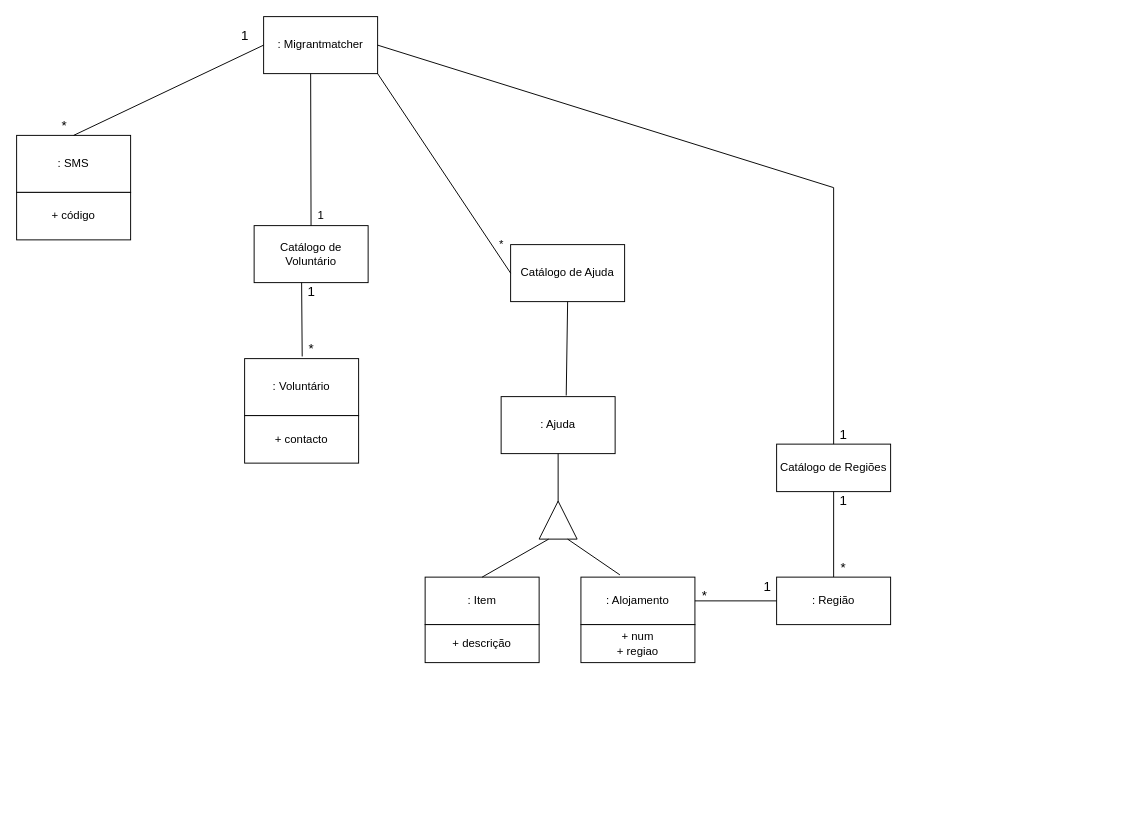
The draw.io diagram MMdiagramaDeClasses.drawio in RuiMartins05/DCO, before the edit. Source tidied: cells renumbered, new cells numbered last; positions are measured from the earlier drawing's top-left corner, leaving out a move shared by most shapes. Both pictures are drawn from the tidied source at 95%, with x=0, y=0 at pixel (16, 16).
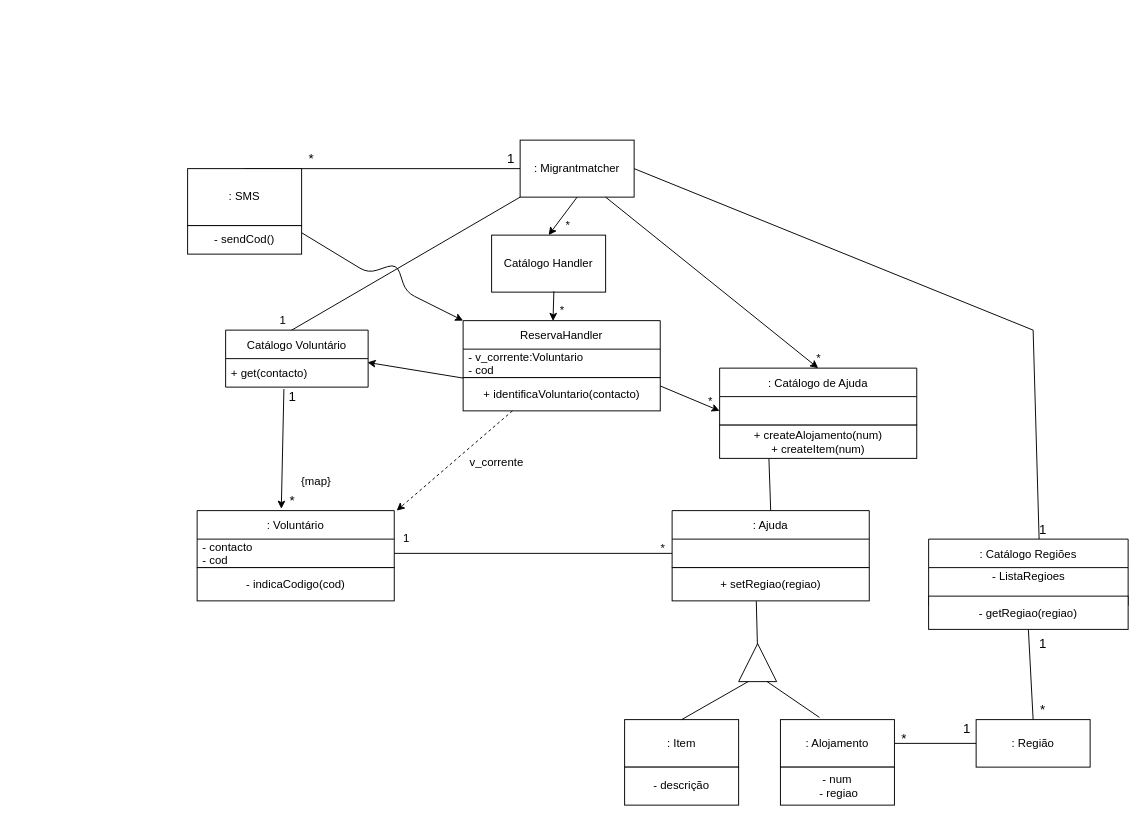
Above is the later version.

What changed in the source:
```diff
@@
     <mxCell id="2" value=": Migrantmatcher" style="whiteSpace=wrap;html=1;" parent="1" vertex="1">
-      <mxGeometry x="260" width="120" height="60" as="geometry" />
+      <mxGeometry x="530" y="130" width="120" height="60" as="geometry" />
     </mxCell>
-    <mxCell id="3" value="Catálogo de Voluntário" style="whiteSpace=wrap;html=1;" parent="1" vertex="1">
-      <mxGeometry x="250" y="220" width="120" height="60" as="geometry" />
-    </mxCell>
-    <mxCell id="4" style="endArrow=none;html=1;" parent="1" edge="1" source="3">
-      <mxGeometry relative="1" as="geometry">
-        <mxPoint x="309.5" y="60" as="targetPoint" />
-      </mxGeometry>
-    </mxCell>
-    <mxCell id="5" style="endArrow=none;html=1;exitX=0.422;exitY=-0.039;exitDx=0;exitDy=0;exitPerimeter=0;" parent="1" edge="1">
-      <mxGeometry relative="1" as="geometry">
-        <mxPoint x="300.6" y="357.7" as="sourcePoint" />
-        <mxPoint x="300" y="280" as="targetPoint" />
-      </mxGeometry>
-    </mxCell>
-    <mxCell id="6" value=": Voluntário" style="whiteSpace=wrap;html=1;" parent="1" vertex="1">
-      <mxGeometry x="240" y="360" width="120" height="60" as="geometry" />
-    </mxCell>
-    <mxCell id="7" value=": Ajuda" style="whiteSpace=wrap;html=1;" parent="1" vertex="1">
-      <mxGeometry x="510" y="400" width="120" height="60" as="geometry" />
-    </mxCell>
-    <mxCell id="8" value="+ contacto" style="whiteSpace=wrap;html=1;" parent="1" vertex="1">
-      <mxGeometry x="240" y="420" width="120" height="50" as="geometry" />
-    </mxCell>
-    <mxCell id="9" style="endArrow=none;html=1;entryX=0.5;entryY=1;entryDx=0;entryDy=0;" parent="1" edge="1" target="7">
-      <mxGeometry relative="1" as="geometry">
-        <mxPoint x="570" y="520" as="sourcePoint" />
-      </mxGeometry>
-    </mxCell>
-    <mxCell id="10" style="triangle;whiteSpace=wrap;html=1;rotation=-90;" parent="1" vertex="1">
-      <mxGeometry x="550" y="510" width="40" height="40" as="geometry" />
-    </mxCell>
+    <mxCell id="40" style="endArrow=none;html=1;entryX=0;entryY=1;entryDx=0;entryDy=0;exitX=0.453;exitY=0.016;exitDx=0;exitDy=0;exitPerimeter=0;" parent="1" edge="1" source="66" target="2">
+      <mxGeometry relative="1" as="geometry" />
+    </mxCell>
+    <mxCell id="41" style="endArrow=none;html=1;entryX=0.427;entryY=1.01;entryDx=0;entryDy=0;entryPerimeter=0;" parent="1" edge="1" target="87">
+      <mxGeometry relative="1" as="geometry">
+        <mxPoint x="780" y="670" as="sourcePoint" />
+      </mxGeometry>
+    </mxCell>
+    <mxCell id="42" style="triangle;whiteSpace=wrap;html=1;rotation=-90;" parent="1" vertex="1">
+      <mxGeometry x="760" y="660" width="40" height="40" as="geometry" />
+    </mxCell>
     <mxCell id="11" value=": Alojamento" style="whiteSpace=wrap;html=1;" parent="1" vertex="1">
-      <mxGeometry x="594" y="590" width="120" height="50" as="geometry" />
+      <mxGeometry x="804" y="740" width="120" height="50" as="geometry" />
     </mxCell>
     <mxCell id="12" value=": Item" style="whiteSpace=wrap;html=1;" parent="1" vertex="1">
-      <mxGeometry x="430" y="590" width="120" height="50" as="geometry" />
+      <mxGeometry x="640" y="740" width="120" height="50" as="geometry" />
     </mxCell>
-    <mxCell id="13" style="endArrow=none;html=1;entryX=0;entryY=0.25;entryDx=0;entryDy=0;exitX=0.5;exitY=0;exitDx=0;exitDy=0;" parent="1" edge="1" source="12" target="10">
-      <mxGeometry relative="1" as="geometry" />
-    </mxCell>
-    <mxCell id="14" style="endArrow=none;html=1;entryX=0;entryY=0.75;entryDx=0;entryDy=0;exitX=0.342;exitY=-0.047;exitDx=0;exitDy=0;exitPerimeter=0;" parent="1" edge="1" source="11" target="10">
-      <mxGeometry relative="1" as="geometry" />
-    </mxCell>
-    <mxCell id="15" value="+ descrição" style="whiteSpace=wrap;html=1;" parent="1" vertex="1">
-      <mxGeometry x="430" y="640" width="120" height="40" as="geometry" />
-    </mxCell>
-    <mxCell id="16" value="Catálogo de Regiões" style="rounded=0;whiteSpace=wrap;html=1;" parent="1" vertex="1">
-      <mxGeometry x="800" y="450" width="120" height="50" as="geometry" />
-    </mxCell>
-    <mxCell id="17" style="endArrow=none;html=1;entryX=0.5;entryY=1;entryDx=0;entryDy=0;exitX=0.5;exitY=0;exitDx=0;exitDy=0;" parent="1" edge="1" source="18" target="16">
-      <mxGeometry relative="1" as="geometry" />
-    </mxCell>
+    <mxCell id="43" style="endArrow=none;html=1;entryX=0;entryY=0.25;entryDx=0;entryDy=0;exitX=0.5;exitY=0;exitDx=0;exitDy=0;" parent="1" edge="1" source="12" target="42">
+      <mxGeometry relative="1" as="geometry" />
+    </mxCell>
+    <mxCell id="44" style="endArrow=none;html=1;entryX=0;entryY=0.75;entryDx=0;entryDy=0;exitX=0.342;exitY=-0.047;exitDx=0;exitDy=0;exitPerimeter=0;" parent="1" edge="1" source="11" target="42">
+      <mxGeometry relative="1" as="geometry" />
+    </mxCell>
+    <mxCell id="45" value="- descrição" style="whiteSpace=wrap;html=1;" parent="1" vertex="1">
+      <mxGeometry x="640" y="790" width="120" height="40" as="geometry" />
+    </mxCell>
+    <mxCell id="46" style="endArrow=none;html=1;entryX=0.5;entryY=1;entryDx=0;entryDy=0;exitX=0.5;exitY=0;exitDx=0;exitDy=0;" parent="1" edge="1" source="18" target="92">
+      <mxGeometry relative="1" as="geometry" />
+    </mxCell>
     <mxCell id="18" value=": Região" style="rounded=0;whiteSpace=wrap;html=1;" parent="1" vertex="1">
-      <mxGeometry x="800" y="590" width="120" height="50" as="geometry" />
+      <mxGeometry x="1010" y="740" width="120" height="50" as="geometry" />
     </mxCell>
-    <mxCell id="19" style="endArrow=none;html=1;exitX=1;exitY=0.5;exitDx=0;exitDy=0;" parent="1" edge="1" source="11">
-      <mxGeometry relative="1" as="geometry">
-        <mxPoint x="800" y="615" as="targetPoint" />
-      </mxGeometry>
-    </mxCell>
-    <mxCell id="20" style="endArrow=none;html=1;entryX=1;entryY=0.5;entryDx=0;entryDy=0;" parent="1" edge="1" target="2">
-      <mxGeometry relative="1" as="geometry">
-        <mxPoint x="860" y="180" as="sourcePoint" />
-      </mxGeometry>
-    </mxCell>
-    <mxCell id="21" style="endArrow=none;html=1;exitX=0.5;exitY=0;exitDx=0;exitDy=0;" parent="1" edge="1" source="16">
-      <mxGeometry relative="1" as="geometry">
-        <mxPoint x="860" y="180" as="targetPoint" />
-      </mxGeometry>
-    </mxCell>
-    <mxCell id="22" value="+ num&lt;br&gt;+ regiao" style="whiteSpace=wrap;html=1;" parent="1" vertex="1">
-      <mxGeometry x="594" y="640" width="120" height="40" as="geometry" />
-    </mxCell>
-    <mxCell id="23" value=": SMS" style="rounded=0;whiteSpace=wrap;html=1;" parent="1" vertex="1">
-      <mxGeometry y="125" width="120" height="60" as="geometry" />
-    </mxCell>
+    <mxCell id="47" style="endArrow=none;html=1;exitX=1;exitY=0.5;exitDx=0;exitDy=0;" parent="1" edge="1" source="11">
+      <mxGeometry relative="1" as="geometry">
+        <mxPoint x="1010" y="765" as="targetPoint" />
+      </mxGeometry>
+    </mxCell>
+    <mxCell id="48" style="endArrow=none;html=1;entryX=1;entryY=0.5;entryDx=0;entryDy=0;" parent="1" edge="1" target="2">
+      <mxGeometry relative="1" as="geometry">
+        <mxPoint x="1070" y="330" as="sourcePoint" />
+      </mxGeometry>
+    </mxCell>
+    <mxCell id="49" style="endArrow=none;html=1;exitX=0.554;exitY=0.013;exitDx=0;exitDy=0;exitPerimeter=0;" parent="1" edge="1" source="89">
+      <mxGeometry relative="1" as="geometry">
+        <mxPoint x="1070" y="330" as="targetPoint" />
+      </mxGeometry>
+    </mxCell>
+    <mxCell id="50" value="- num&lt;br&gt;&amp;nbsp;- regiao" style="whiteSpace=wrap;html=1;" parent="1" vertex="1">
+      <mxGeometry x="804" y="790" width="120" height="40" as="geometry" />
+    </mxCell>
@@
-    <mxCell id="25" value="+ código" style="whiteSpace=wrap;html=1;" parent="1" vertex="1">
-      <mxGeometry y="185" width="120" height="50" as="geometry" />
-    </mxCell>
     <mxCell id="26" value="1&lt;br&gt;" style="text;html=1;align=center;verticalAlign=middle;strokeColor=none;fillColor=none;" parent="1" vertex="1">
-      <mxGeometry x="310" y="200" width="20" height="20" as="geometry" />
+      <mxGeometry x="270" y="310" width="20" height="20" as="geometry" />
     </mxCell>
     <mxCell id="27" value="&lt;font style=&quot;font-size: 14px&quot;&gt;*&lt;/font&gt;" style="text;html=1;align=center;verticalAlign=middle;strokeColor=none;fillColor=none;" parent="1" vertex="1">
-      <mxGeometry x="300" y="340" width="20" height="20" as="geometry" />
+      <mxGeometry x="280" y="500" width="20" height="20" as="geometry" />
     </mxCell>
-    <mxCell id="28" value="1" style="text;html=1;align=center;verticalAlign=middle;strokeColor=none;fillColor=none;fontSize=14;" parent="1" vertex="1">
-      <mxGeometry x="860" y="430" width="20" height="20" as="geometry" />
-    </mxCell>
-    <mxCell id="29" value="*" style="text;html=1;align=center;verticalAlign=middle;strokeColor=none;fillColor=none;fontSize=14;" parent="1" vertex="1">
-      <mxGeometry x="860" y="570" width="20" height="20" as="geometry" />
-    </mxCell>
-    <mxCell id="30" value="1" style="text;html=1;align=center;verticalAlign=middle;strokeColor=none;fillColor=none;fontSize=14;" parent="1" vertex="1">
-      <mxGeometry x="780" y="590" width="20" height="20" as="geometry" />
-    </mxCell>
-    <mxCell id="31" value="*" style="text;html=1;align=center;verticalAlign=middle;strokeColor=none;fillColor=none;fontSize=14;" parent="1" vertex="1">
-      <mxGeometry x="714" y="600" width="20" height="20" as="geometry" />
-    </mxCell>
-    <mxCell id="32" value="1" style="text;html=1;align=center;verticalAlign=middle;strokeColor=none;fillColor=none;fontSize=14;" parent="1" vertex="1">
-      <mxGeometry x="860" y="500" width="20" height="20" as="geometry" />
-    </mxCell>
-    <mxCell id="33" value="1" style="text;html=1;align=center;verticalAlign=middle;strokeColor=none;fillColor=none;fontSize=14;" parent="1" vertex="1">
-      <mxGeometry x="230" y="10" width="20" height="20" as="geometry" />
-    </mxCell>
-    <mxCell id="34" value="*" style="text;html=1;align=center;verticalAlign=middle;strokeColor=none;fillColor=none;fontSize=14;" parent="1" vertex="1">
-      <mxGeometry x="40" y="105" width="20" height="20" as="geometry" />
-    </mxCell>
-    <mxCell id="35" value="1" style="text;html=1;align=center;verticalAlign=middle;strokeColor=none;fillColor=none;fontSize=14;" parent="1" vertex="1">
-      <mxGeometry x="300" y="280" width="20" height="20" as="geometry" />
-    </mxCell>
-    <mxCell id="36" value="Catálogo de Ajuda" style="rounded=0;whiteSpace=wrap;html=1;" parent="1" vertex="1">
-      <mxGeometry x="520" y="240" width="120" height="60" as="geometry" />
-    </mxCell>
-    <mxCell id="37" style="endArrow=none;html=1;entryX=0.5;entryY=1;entryDx=0;entryDy=0;exitX=0.571;exitY=-0.02;exitDx=0;exitDy=0;exitPerimeter=0;" parent="1" edge="1" source="7" target="36">
-      <mxGeometry relative="1" as="geometry" />
-    </mxCell>
-    <mxCell id="38" value="*" style="text;html=1;align=center;verticalAlign=middle;strokeColor=none;fillColor=none;" parent="1" vertex="1">
-      <mxGeometry x="500" y="230" width="20" height="20" as="geometry" />
-    </mxCell>
-    <mxCell id="39" style="endArrow=none;html=1;entryX=0;entryY=0.5;entryDx=0;entryDy=0;exitX=1;exitY=1;exitDx=0;exitDy=0;" parent="1" edge="1" source="2" target="36">
-      <mxGeometry relative="1" as="geometry" />
-    </mxCell>
+    <mxCell id="51" value="1" style="text;html=1;align=center;verticalAlign=middle;strokeColor=none;fillColor=none;fontSize=14;" parent="1" vertex="1">
+      <mxGeometry x="1070" y="530" width="20" height="20" as="geometry" />
+    </mxCell>
+    <mxCell id="52" value="*" style="text;html=1;align=center;verticalAlign=middle;strokeColor=none;fillColor=none;fontSize=14;" parent="1" vertex="1">
+      <mxGeometry x="1070" y="720" width="20" height="20" as="geometry" />
+    </mxCell>
+    <mxCell id="53" value="1" style="text;html=1;align=center;verticalAlign=middle;strokeColor=none;fillColor=none;fontSize=14;" parent="1" vertex="1">
+      <mxGeometry x="990" y="740" width="20" height="20" as="geometry" />
+    </mxCell>
+    <mxCell id="54" value="*" style="text;html=1;align=center;verticalAlign=middle;strokeColor=none;fillColor=none;fontSize=14;" parent="1" vertex="1">
+      <mxGeometry x="924" y="750" width="20" height="20" as="geometry" />
+    </mxCell>
+    <mxCell id="55" value="1" style="text;html=1;align=center;verticalAlign=middle;strokeColor=none;fillColor=none;fontSize=14;" parent="1" vertex="1">
+      <mxGeometry x="1070" y="650" width="20" height="20" as="geometry" />
+    </mxCell>
+    <mxCell id="56" value="1" style="text;html=1;align=center;verticalAlign=middle;strokeColor=none;fillColor=none;fontSize=14;" parent="1" vertex="1">
+      <mxGeometry x="510" y="140" width="20" height="20" as="geometry" />
+    </mxCell>
+    <mxCell id="57" value="*" style="text;html=1;align=center;verticalAlign=middle;strokeColor=none;fillColor=none;fontSize=14;" parent="1" vertex="1">
+      <mxGeometry x="300" y="140" width="20" height="20" as="geometry" />
+    </mxCell>
+    <mxCell id="58" value="1" style="text;html=1;align=center;verticalAlign=middle;strokeColor=none;fillColor=none;fontSize=14;" parent="1" vertex="1">
+      <mxGeometry x="280" y="390" width="20" height="20" as="geometry" />
+    </mxCell>
+    <mxCell id="59" style="endArrow=none;html=1;entryX=0.25;entryY=1;entryDx=0;entryDy=0;exitX=0.5;exitY=0;exitDx=0;exitDy=0;" parent="1" edge="1" source="7" target="83">
+      <mxGeometry relative="1" as="geometry" />
+    </mxCell>
+    <mxCell id="60" value="*" style="text;html=1;align=center;verticalAlign=middle;strokeColor=none;fillColor=none;" parent="1" vertex="1">
+      <mxGeometry x="833.8" y="350" width="20" height="20" as="geometry" />
+    </mxCell>
+    <mxCell id="61" value="Catálogo Handler" style="whiteSpace=wrap;html=1;" parent="1" vertex="1">
+      <mxGeometry x="500" y="230" width="120" height="60" as="geometry" />
+    </mxCell>
+    <mxCell id="62" value="*" style="text;html=1;align=center;verticalAlign=middle;strokeColor=none;fillColor=none;" parent="1" vertex="1">
+      <mxGeometry x="570" y="210" width="20" height="20" as="geometry" />
+    </mxCell>
+    <mxCell id="63" style="endArrow=classic;html=1;exitX=0.5;exitY=1;exitDx=0;exitDy=0;entryX=0.5;entryY=0;entryDx=0;entryDy=0;" parent="1" edge="1" source="2" target="61">
+      <mxGeometry relative="1" as="geometry" />
+    </mxCell>
+    <mxCell id="64" style="endArrow=classic;html=1;exitX=0.546;exitY=0.987;exitDx=0;exitDy=0;exitPerimeter=0;entryX=0.456;entryY=0.006;entryDx=0;entryDy=0;entryPerimeter=0;" parent="1" edge="1" source="61" target="70">
+      <mxGeometry relative="1" as="geometry" />
+    </mxCell>
+    <mxCell id="65" value="*" style="text;html=1;align=center;verticalAlign=middle;strokeColor=none;fillColor=none;" parent="1" vertex="1">
+      <mxGeometry x="563.8" y="300" width="20" height="20" as="geometry" />
+    </mxCell>
+    <mxCell id="66" value="Catálogo Voluntário" style="swimlane;fontStyle=0;horizontal=1;startSize=30;" parent="1" vertex="1">
+      <mxGeometry x="220" y="330" width="150" height="60" as="geometry" />
+    </mxCell>
+    <mxCell id="67" value="+ get(contacto)" style="text;strokeColor=none;fillColor=none;align=left;verticalAlign=middle;spacingLeft=4;spacingRight=4;overflow=hidden;points=[[0,0.5],[1,0.5]];portConstraint=eastwest;" parent="66" vertex="1">
+      <mxGeometry y="30" width="150" height="30" as="geometry" />
+    </mxCell>
+    <mxCell id="68" value="{map}" style="text;html=1;align=center;verticalAlign=middle;strokeColor=none;fillColor=none;" parent="1" vertex="1">
+      <mxGeometry x="290" y="480" width="50" height="20" as="geometry" />
+    </mxCell>
+    <mxCell id="69" style="group;" parent="1" vertex="1">
+      <mxGeometry x="470" y="320" width="207.5" height="95" as="geometry" />
+    </mxCell>
+    <mxCell id="70" value="ReservaHandler" style="swimlane;fontStyle=0;horizontal=1;startSize=30;" parent="69" vertex="1">
+      <mxGeometry width="207.5" height="60" as="geometry" />
+    </mxCell>
+    <mxCell id="71" value="- v_corrente:Voluntario&#10;- cod" style="text;strokeColor=none;fillColor=none;align=left;verticalAlign=middle;spacingLeft=4;spacingRight=4;overflow=hidden;" parent="70" vertex="1">
+      <mxGeometry y="30" width="207.5" height="30" as="geometry" />
+    </mxCell>
+    <mxCell id="72" value="+ identificaVoluntario(contacto)" style="rounded=0;whiteSpace=wrap;html=1;" parent="69" vertex="1">
+      <mxGeometry y="60" width="207.5" height="35" as="geometry" />
+    </mxCell>
+    <mxCell id="73" style="edgeStyle=none;html=1;entryX=0.996;entryY=0.133;entryDx=0;entryDy=0;entryPerimeter=0;" parent="1" edge="1" source="72" target="67">
+      <mxGeometry relative="1" as="geometry" />
+    </mxCell>
+    <mxCell id="74" style="edgeStyle=none;html=1;exitX=0.409;exitY=1.067;exitDx=0;exitDy=0;exitPerimeter=0;entryX=0.427;entryY=-0.033;entryDx=0;entryDy=0;entryPerimeter=0;" parent="1" edge="1" source="67" target="6">
+      <mxGeometry relative="1" as="geometry" />
+    </mxCell>
+    <mxCell id="75" style="group;" parent="1" vertex="1">
+      <mxGeometry x="190" y="520" width="207.5" height="95" as="geometry" />
+    </mxCell>
+    <mxCell id="6" value=": Voluntário" style="swimlane;fontStyle=0;horizontal=1;startSize=30;" parent="75" vertex="1">
+      <mxGeometry width="207.5" height="60" as="geometry" />
+    </mxCell>
+    <mxCell id="76" value="- contacto&#10;- cod" style="text;strokeColor=none;fillColor=none;align=left;verticalAlign=middle;spacingLeft=4;spacingRight=4;overflow=hidden;points=[[0,0.5],[1,0.5]];portConstraint=eastwest;" parent="6" vertex="1">
+      <mxGeometry y="30" width="207.5" height="30" as="geometry" />
+    </mxCell>
+    <mxCell id="77" value="- indicaCodigo(cod)" style="rounded=0;whiteSpace=wrap;html=1;" parent="75" vertex="1">
+      <mxGeometry y="60" width="207.5" height="35" as="geometry" />
+    </mxCell>
+    <mxCell id="78" style="endArrow=classic;html=1;exitX=0.25;exitY=1;exitDx=0;exitDy=0;dashed=1;" parent="1" edge="1" source="72">
+      <mxGeometry relative="1" as="geometry">
+        <mxPoint x="400" y="520" as="targetPoint" />
+      </mxGeometry>
+    </mxCell>
+    <mxCell id="79" value="v_corrente" style="text;html=1;align=center;verticalAlign=middle;strokeColor=none;fillColor=none;" parent="1" vertex="1">
+      <mxGeometry x="470" y="460" width="70" height="20" as="geometry" />
+    </mxCell>
+    <mxCell id="80" style="edgeStyle=none;html=1;entryX=0;entryY=0.75;entryDx=0;entryDy=0;exitX=1;exitY=0.25;exitDx=0;exitDy=0;" parent="1" edge="1" source="72" target="82">
+      <mxGeometry relative="1" as="geometry" />
+    </mxCell>
+    <mxCell id="81" style="group;" parent="1" vertex="1">
+      <mxGeometry x="740" y="370" width="207.5" height="95" as="geometry" />
+    </mxCell>
+    <mxCell id="82" value=": Catálogo de Ajuda" style="swimlane;fontStyle=0;horizontal=1;startSize=30;" parent="81" vertex="1">
+      <mxGeometry width="207.5" height="60" as="geometry" />
+    </mxCell>
+    <mxCell id="83" value="&lt;span&gt;+ createAlojamento(num)&lt;br&gt;&lt;/span&gt;+ createItem(num)&lt;span&gt;&lt;br&gt;&lt;/span&gt;" style="rounded=0;whiteSpace=wrap;html=1;" parent="81" vertex="1">
+      <mxGeometry y="60" width="207.5" height="35" as="geometry" />
+    </mxCell>
+    <mxCell id="84" style="endArrow=classic;html=1;exitX=0.75;exitY=1;exitDx=0;exitDy=0;entryX=0.5;entryY=0;entryDx=0;entryDy=0;" parent="1" edge="1" source="2" target="82">
+      <mxGeometry relative="1" as="geometry" />
+    </mxCell>
+    <mxCell id="85" value="*" style="text;html=1;align=center;verticalAlign=middle;strokeColor=none;fillColor=none;" parent="1" vertex="1">
+      <mxGeometry x="720" y="395" width="20" height="20" as="geometry" />
+    </mxCell>
+    <mxCell id="86" style="group;" parent="1" vertex="1">
+      <mxGeometry x="690" y="520" width="207.5" height="95" as="geometry" />
+    </mxCell>
+    <mxCell id="7" value=": Ajuda" style="swimlane;fontStyle=0;horizontal=1;startSize=30;" parent="86" vertex="1">
+      <mxGeometry width="207.5" height="60" as="geometry" />
+    </mxCell>
+    <mxCell id="87" value="+ setRegiao(regiao)" style="rounded=0;whiteSpace=wrap;html=1;" parent="86" vertex="1">
+      <mxGeometry y="60" width="207.5" height="35" as="geometry" />
+    </mxCell>
+    <mxCell id="88" style="group;" parent="1" vertex="1">
+      <mxGeometry x="960" y="550" width="210" height="110" as="geometry" />
+    </mxCell>
+    <mxCell id="89" value=": Catálogo Regiões" style="swimlane;fontStyle=0;horizontal=1;startSize=30;" parent="88" vertex="1">
+      <mxGeometry width="210" height="70" as="geometry" />
+    </mxCell>
+    <mxCell id="90" value="- ListaRegioes" style="text;html=1;align=center;verticalAlign=middle;strokeColor=none;fillColor=none;" parent="89" vertex="1">
+      <mxGeometry y="30" width="210" height="20" as="geometry" />
+    </mxCell>
+    <mxCell id="91" value="." style="text;html=1;align=center;verticalAlign=middle;strokeColor=none;fillColor=none;" parent="89" vertex="1">
+      <mxGeometry y="50" width="210" height="20" as="geometry" />
+    </mxCell>
+    <mxCell id="92" value="- getRegiao(regiao)" style="rounded=0;whiteSpace=wrap;html=1;" parent="88" vertex="1">
+      <mxGeometry y="60" width="210" height="35" as="geometry" />
+    </mxCell>
+    <mxCell id="93" style="endArrow=none;html=1;exitX=1;exitY=0.5;exitDx=0;exitDy=0;entryX=0;entryY=0.75;entryDx=0;entryDy=0;" parent="1" edge="1" source="76" target="7">
+      <mxGeometry relative="1" as="geometry" />
+    </mxCell>
+    <mxCell id="94" value="*" style="text;html=1;align=center;verticalAlign=middle;strokeColor=none;fillColor=none;" parent="1" vertex="1">
+      <mxGeometry x="670" y="550" width="20" height="20" as="geometry" />
+    </mxCell>
+    <mxCell id="95" value="1" style="text;html=1;align=center;verticalAlign=middle;strokeColor=none;fillColor=none;" parent="1" vertex="1">
+      <mxGeometry x="400" y="540" width="20" height="20" as="geometry" />
+    </mxCell>
+    <mxCell id="96" style="edgeStyle=none;html=1;entryX=0;entryY=0;entryDx=0;entryDy=0;exitX=1;exitY=0.25;exitDx=0;exitDy=0;" parent="1" edge="1" source="98" target="70">
+      <mxGeometry relative="1" as="geometry">
+        <Array as="points">
+          <mxPoint x="370" y="270" />
+          <mxPoint x="400" y="260" />
+          <mxPoint x="410" y="290" />
+        </Array>
+      </mxGeometry>
+    </mxCell>
+    <mxCell id="97" style="group;" parent="1" vertex="1">
+      <mxGeometry x="180" y="160" width="120" height="120" as="geometry" />
+    </mxCell>
+    <mxCell id="23" value=": SMS" style="rounded=0;whiteSpace=wrap;html=1;" parent="97" vertex="1">
+      <mxGeometry width="120" height="60" as="geometry" />
+    </mxCell>
+    <mxCell id="98" value="- sendCod()" style="whiteSpace=wrap;html=1;" parent="97" vertex="1">
+      <mxGeometry y="60" width="120" height="30" as="geometry" />
+    </mxCell>
```
